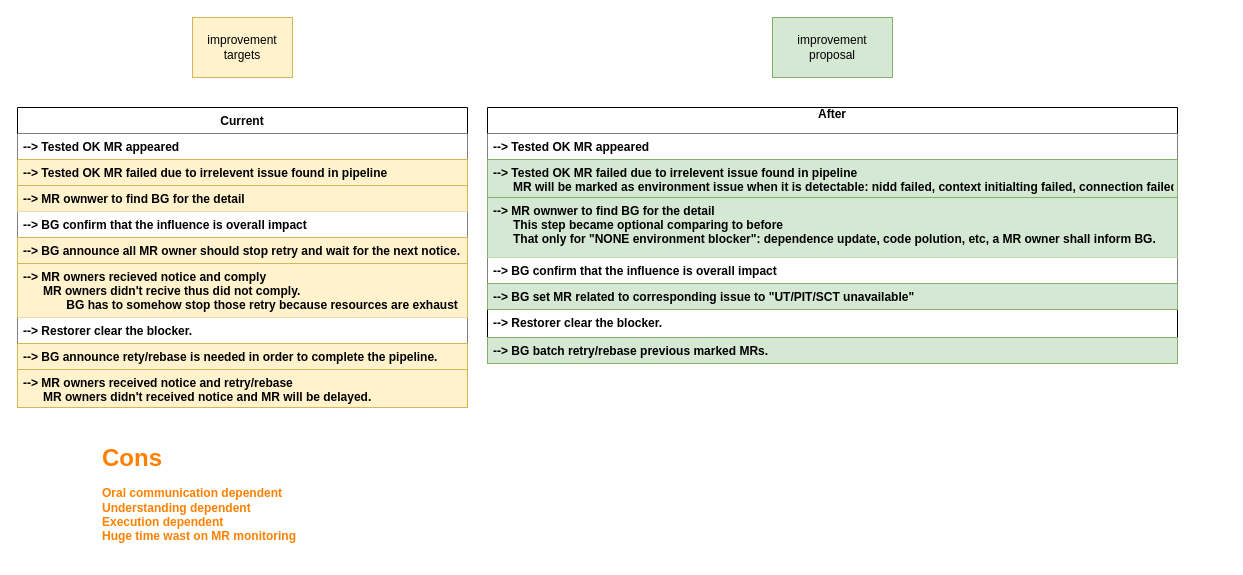
Earlier version of the draw.io diagram Untitled Diagram.drawio (pillsilly/pillsilly.github.io). Source tidied: cells renumbered, new cells numbered last; positions are measured from the earlier drawing's top-left corner, leaving out a move shared by most shapes. Both pictures are drawn from the tidied source at 100%, with x=0, y=0 at pixel (17, 17).
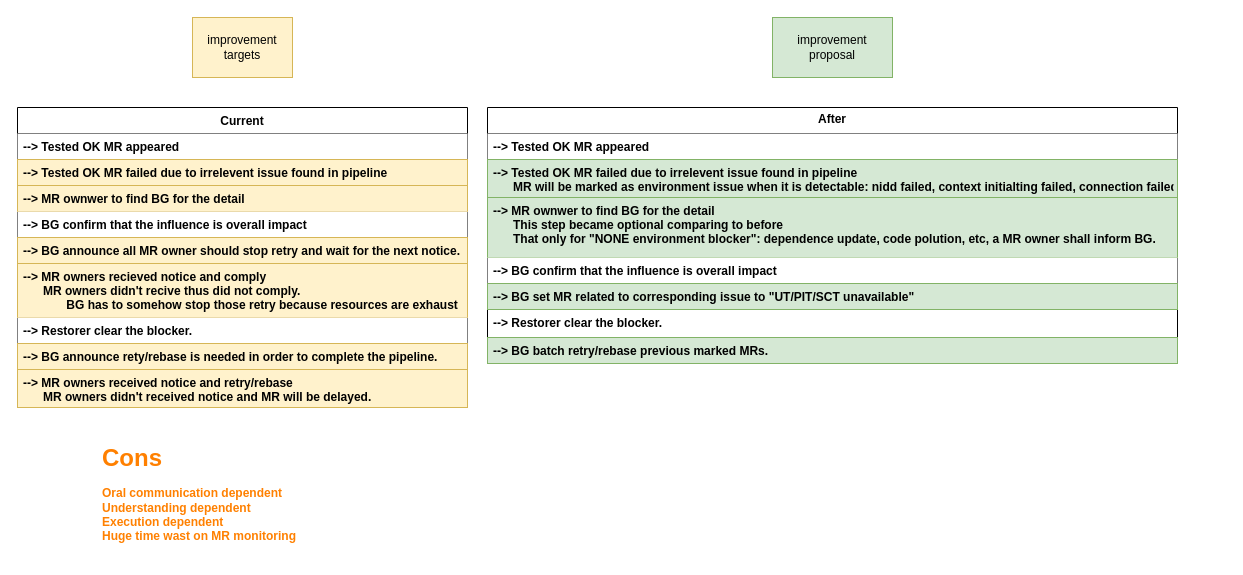
The same page after the edit.

Diff of the diagram source:
```diff
@@
-    <mxCell id="12" value="After&#10;" style="swimlane;fontStyle=1;horizontal=1;startSize=26;shadow=0;" parent="1" vertex="1">
+    <mxCell id="12" value="After&#10;" style="swimlane;fontStyle=1;horizontal=1;startSize=26;shadow=0;spacing=0;verticalAlign=top;" parent="1" vertex="1">
       <mxGeometry x="470" y="90" width="690" height="256" as="geometry" />
     </mxCell>
```
